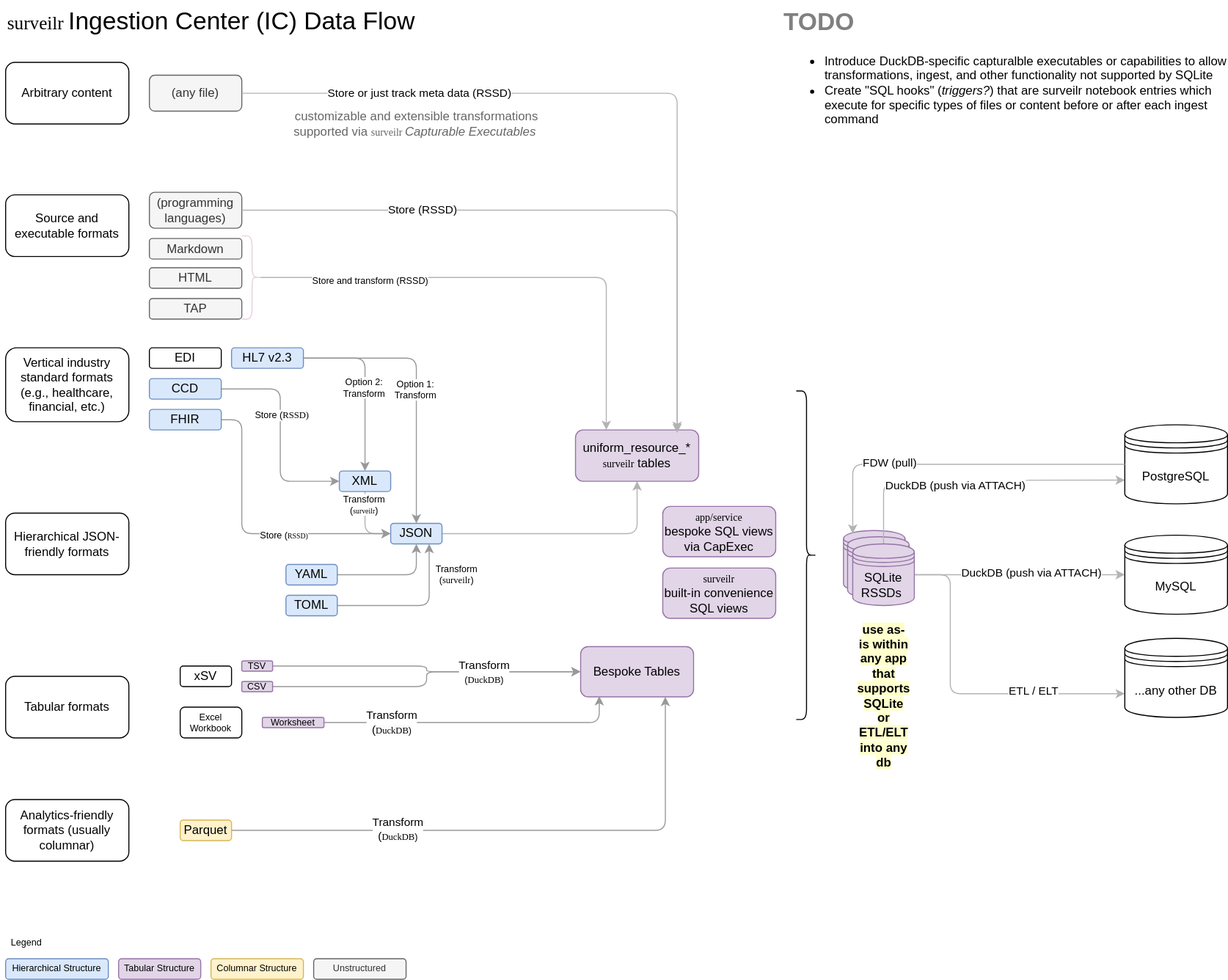
The draw.io diagram public/surveilr-ingestion-data-flow.drawio.svg in opsfolio/docs.opsfolio.com, before a commit. Source tidied: cells renumbered, new cells last; positions are measured from the earlier drawing's top-left corner, leaving out a move shared by most shapes.
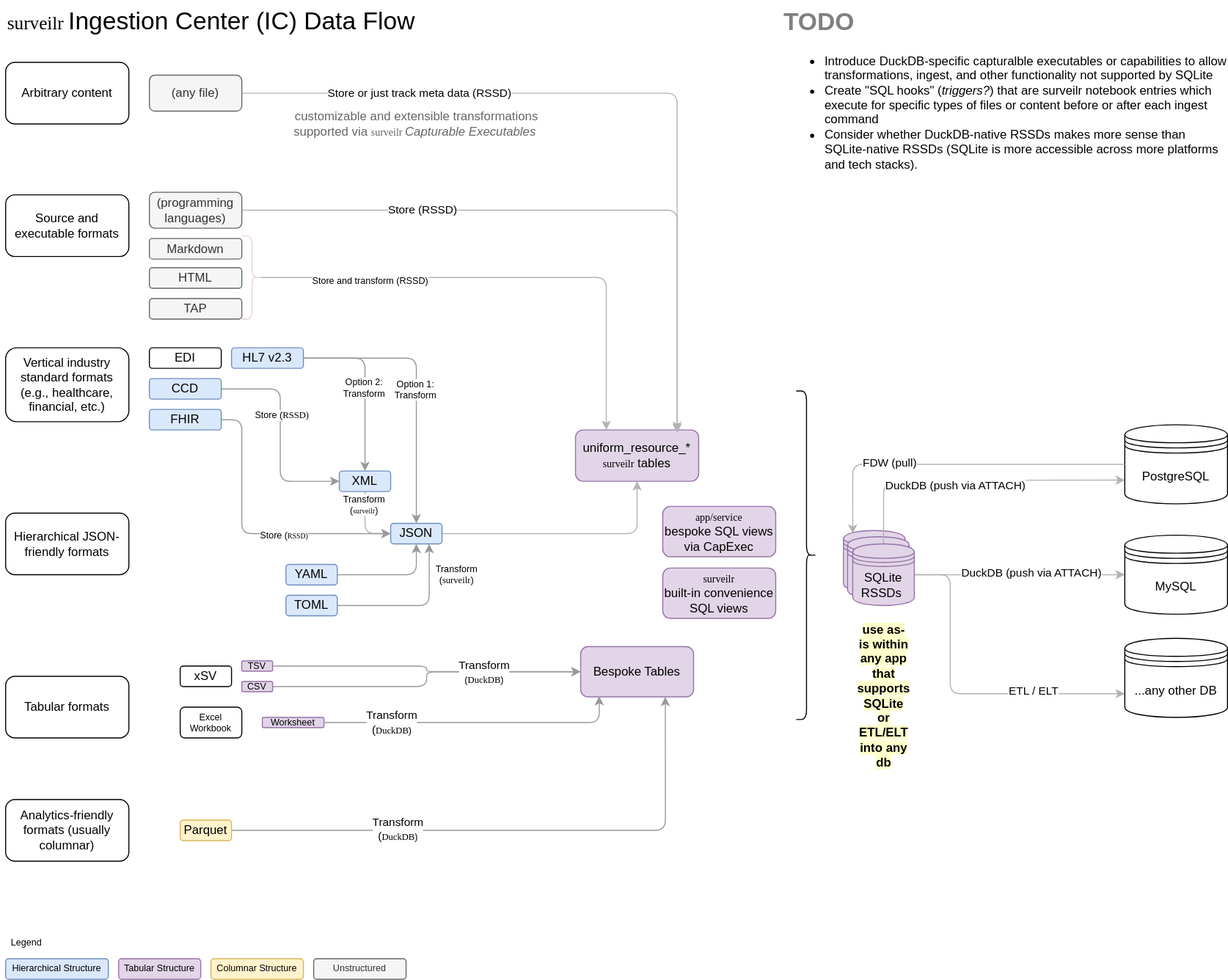
Above is the later version.

What changed in the source:
```diff
@@ -251,8 +251,8 @@
     <mxCell id="78" value="customizable and extensible transformations&lt;div&gt;supported via &lt;font style=&quot;font-size: 10px;&quot; face=&quot;Lucida Console&quot;&gt;surveilr &lt;/font&gt;&lt;i&gt;Capturable Executables&lt;/i&gt;&amp;nbsp;&lt;/div&gt;" style="text;html=1;align=center;verticalAlign=middle;strokeColor=none;fillColor=none;fontColor=#666666;" parent="1" vertex="1">
       <mxGeometry x="265" y="100" width="280" height="40" as="geometry" />
     </mxCell>
-    <mxCell id="79" value="&lt;h1 style=&quot;margin-top: 0px;&quot;&gt;&lt;font color=&quot;#808080&quot;&gt;TODO&lt;/font&gt;&lt;/h1&gt;&lt;p&gt;&lt;/p&gt;&lt;ul&gt;&lt;li&gt;Introduce DuckDB-specific capturalble executables or capabilities to allow transformations, ingest, and other functionality not supported by SQLite&lt;/li&gt;&lt;li&gt;Create &quot;SQL hooks&quot; (&lt;i&gt;triggers?&lt;/i&gt;) that are surveilr notebook entries which execute for specific types of files or content before or after each ingest command&lt;/li&gt;&lt;/ul&gt;&lt;p&gt;&lt;/p&gt;" style="text;html=1;whiteSpace=wrap;overflow=hidden;rounded=0;" parent="1" vertex="1">
-      <mxGeometry x="761" width="434" height="120" as="geometry" />
+    <mxCell id="79" value="&lt;h1 style=&quot;margin-top: 0px;&quot;&gt;&lt;font color=&quot;#808080&quot;&gt;TODO&lt;/font&gt;&lt;/h1&gt;&lt;p&gt;&lt;/p&gt;&lt;ul&gt;&lt;li&gt;Introduce DuckDB-specific capturalble executables or capabilities to allow transformations, ingest, and other functionality not supported by SQLite&lt;/li&gt;&lt;li&gt;Create &quot;SQL hooks&quot; (&lt;i&gt;triggers?&lt;/i&gt;) that are surveilr notebook entries which execute for specific types of files or content before or after each ingest command&lt;/li&gt;&lt;li&gt;Consider whether DuckDB-native RSSDs makes more sense than SQLite-native RSSDs (SQLite is more accessible across more platforms and tech stacks).&lt;/li&gt;&lt;/ul&gt;&lt;p&gt;&lt;/p&gt;" style="text;html=1;whiteSpace=wrap;overflow=hidden;rounded=0;" parent="1" vertex="1">
+      <mxGeometry x="761" width="434" height="170" as="geometry" />
     </mxCell>
     <mxCell id="80" value="TAP" style="rounded=1;whiteSpace=wrap;html=1;fillColor=#f5f5f5;strokeColor=#666666;fontColor=#333333;" parent="1" vertex="1">
       <mxGeometry x="145" y="290" width="90" height="20" as="geometry" />
```
